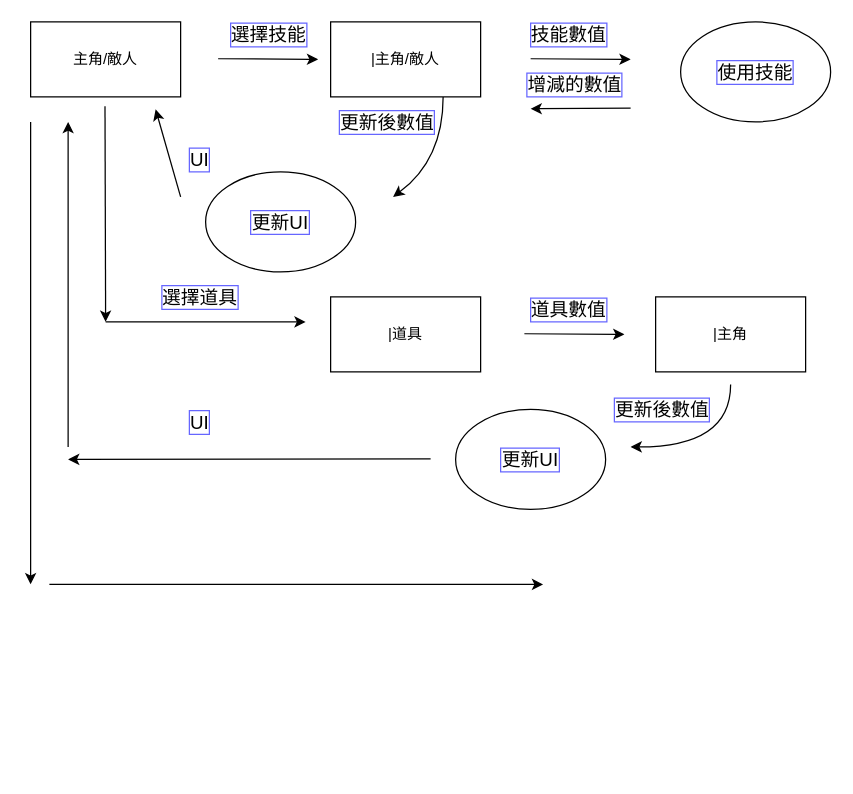
The draw.io diagram Untitled Diagram.drawio in tommygood/WebTest1, before the edit. Source tidied: cells renumbered, new cells numbered last; positions are measured from the earlier drawing's top-left corner, leaving out a move shared by most shapes. Both pictures are drawn from the tidied source at 125%, with x=0, y=0 at pixel (30, 21).
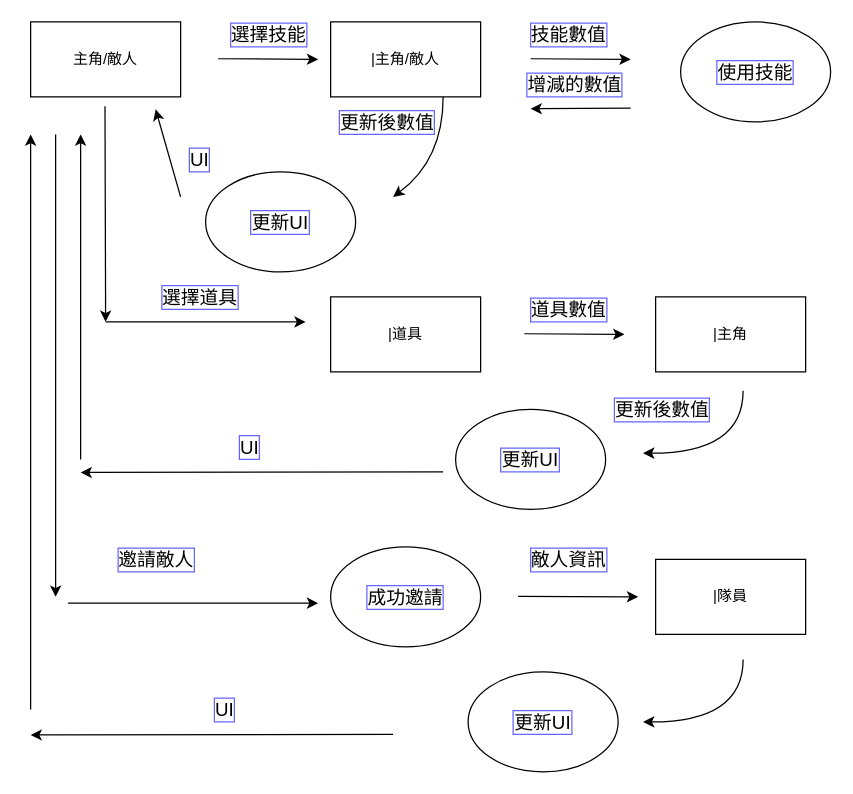
The same diagram, later.

What changed in the source:
```diff
@@
     <mxCell id="23" style="curved=1;endArrow=classic;html=1;rounded=0;fontSize=15;" parent="1" edge="1">
       <mxGeometry relative="1" as="geometry">
-        <mxPoint x="560" y="290" as="sourcePoint" />
-        <mxPoint x="480" y="340" as="targetPoint" />
+        <mxPoint x="570" y="510" as="sourcePoint" />
+        <mxPoint x="490" y="560" as="targetPoint" />
         <Array as="points">
-          <mxPoint x="560" y="340" />
+          <mxPoint x="570" y="560" />
         </Array>
       </mxGeometry>
     </mxCell>
@@
     <mxCell id="26" style="endArrow=classic;html=1;rounded=0;fontSize=15;" parent="1" edge="1">
       <mxGeometry relative="1" as="geometry">
-        <mxPoint x="320" y="349.5" as="sourcePoint" />
-        <mxPoint x="30" y="350" as="targetPoint" />
+        <mxPoint x="330" y="360" as="sourcePoint" />
+        <mxPoint x="40" y="360.5" as="targetPoint" />
       </mxGeometry>
     </mxCell>
     <mxCell id="27" style="endArrow=classic;html=1;rounded=0;fontSize=15;" parent="1" edge="1">
       <mxGeometry relative="1" as="geometry">
-        <mxPoint x="30" y="340" as="sourcePoint" />
-        <mxPoint x="30" y="80" as="targetPoint" />
+        <mxPoint x="40" y="350" as="sourcePoint" />
+        <mxPoint x="40" y="90" as="targetPoint" />
       </mxGeometry>
     </mxCell>
     <mxCell id="28" value="UI" style="text;html=1;align=center;verticalAlign=middle;fillColor=none;strokeColor=none;rounded=0;labelBackgroundColor=default;labelBorderColor=#6666FF;fontSize=15;" parent="1" vertex="1">
-      <mxGeometry x="120" y="310" width="30" height="20" as="geometry" />
+      <mxGeometry x="160" y="330" width="30" height="20" as="geometry" />
     </mxCell>
     <mxCell id="29" style="endArrow=classic;html=1;rounded=0;fontSize=15;" parent="1" edge="1">
       <mxGeometry relative="1" as="geometry">
-        <mxPoint y="80" as="sourcePoint" />
-        <mxPoint y="450" as="targetPoint" />
+        <mxPoint x="20" y="90" as="sourcePoint" />
+        <mxPoint x="20" y="460" as="targetPoint" />
       </mxGeometry>
     </mxCell>
     <mxCell id="30" style="endArrow=classic;html=1;rounded=0;fontSize=15;" parent="1" edge="1">
       <mxGeometry relative="1" as="geometry">
-        <mxPoint x="15" y="450" as="sourcePoint" />
-        <mxPoint x="410" y="450" as="targetPoint" />
+        <mxPoint x="30" y="465" as="sourcePoint" />
+        <mxPoint x="230" y="465" as="targetPoint" />
       </mxGeometry>
     </mxCell>
+    <mxCell id="31" value="&lt;span style=&quot;font-size: 15px;&quot;&gt;邀請敵人&lt;/span&gt;" style="text;html=1;align=center;verticalAlign=middle;fillColor=none;strokeColor=none;rounded=0;labelBackgroundColor=default;labelBorderColor=#6666FF;" parent="1" vertex="1">
+      <mxGeometry x="60" y="420" width="80" height="20" as="geometry" />
+    </mxCell>
+    <mxCell id="32" value="成功邀請" style="ellipse;whiteSpace=wrap;html=1;labelBackgroundColor=default;labelBorderColor=#6666FF;fontSize=15;" parent="1" vertex="1">
+      <mxGeometry x="240" y="420" width="120" height="80" as="geometry" />
+    </mxCell>
+    <mxCell id="33" style="endArrow=classic;html=1;rounded=0;fontSize=15;" parent="1" edge="1">
+      <mxGeometry relative="1" as="geometry">
+        <mxPoint x="390" y="459.5" as="sourcePoint" />
+        <mxPoint x="486" y="460" as="targetPoint" />
+      </mxGeometry>
+    </mxCell>
+    <mxCell id="34" value="&lt;span style=&quot;font-size: 15px;&quot;&gt;敵人資訊&lt;/span&gt;" style="text;html=1;align=center;verticalAlign=middle;fillColor=none;strokeColor=none;rounded=0;labelBackgroundColor=default;labelBorderColor=#6666FF;" parent="1" vertex="1">
+      <mxGeometry x="390" y="420" width="80" height="20" as="geometry" />
+    </mxCell>
+    <mxCell id="35" value="|隊員" style="rounded=0;whiteSpace=wrap;html=1;" parent="1" vertex="1">
+      <mxGeometry x="500" y="430" width="120" height="60" as="geometry" />
+    </mxCell>
+    <mxCell id="36" value="更新UI" style="ellipse;whiteSpace=wrap;html=1;labelBackgroundColor=default;labelBorderColor=#6666FF;fontSize=15;" parent="1" vertex="1">
+      <mxGeometry x="350" y="520" width="120" height="80" as="geometry" />
+    </mxCell>
+    <mxCell id="37" style="curved=1;endArrow=classic;html=1;rounded=0;fontSize=15;" parent="1" edge="1">
+      <mxGeometry relative="1" as="geometry">
+        <mxPoint x="570" y="295" as="sourcePoint" />
+        <mxPoint x="490" y="345" as="targetPoint" />
+        <Array as="points">
+          <mxPoint x="570" y="345" />
+        </Array>
+      </mxGeometry>
+    </mxCell>
+    <mxCell id="38" style="endArrow=classic;html=1;rounded=0;fontSize=15;" parent="1" edge="1">
+      <mxGeometry relative="1" as="geometry">
+        <mxPoint x="290" y="570" as="sourcePoint" />
+        <mxPoint y="570.5" as="targetPoint" />
+      </mxGeometry>
+    </mxCell>
+    <mxCell id="39" style="endArrow=classic;html=1;rounded=0;fontSize=15;" parent="1" edge="1">
+      <mxGeometry relative="1" as="geometry">
+        <mxPoint y="550" as="sourcePoint" />
+        <mxPoint y="90" as="targetPoint" />
+      </mxGeometry>
+    </mxCell>
+    <mxCell id="40" value="UI" style="text;html=1;align=center;verticalAlign=middle;fillColor=none;strokeColor=none;rounded=0;labelBackgroundColor=default;labelBorderColor=#6666FF;fontSize=15;" parent="1" vertex="1">
+      <mxGeometry x="140" y="540" width="30" height="20" as="geometry" />
+    </mxCell>
```
